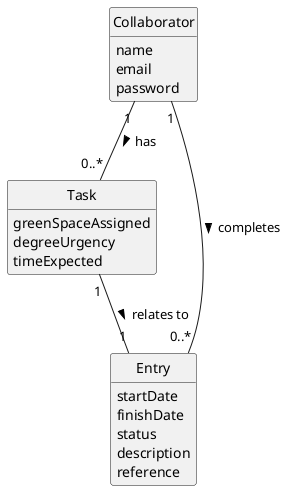
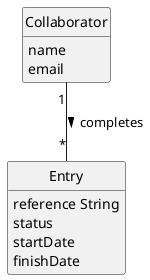
@startuml
skinparam monochrome true
skinparam packageStyle rectangle
skinparam shadowing false
- 
skinparam classAttributeIconSize 0
- 
hide circle
hide methods

- 'title Domain Model
+ class Entry {
+     reference String
+     status
+     startDate
+     finishDate
+ }

class Collaborator {
    name
    email
-     password
}

- class Task {
-     greenSpaceAssigned
-     degreeUrgency
-     timeExpected
- }

- class Entry {
-     startDate
-     finishDate
-     status
-     description
-     reference
- }
- 
- Collaborator "1" -- "0..*" Task : has >
- Collaborator "1" -- "0..*" Entry : completes >
- Task "1" -- "1" Entry : relates to >
+ Collaborator "1" -- "*" Entry : completes >

@enduml
